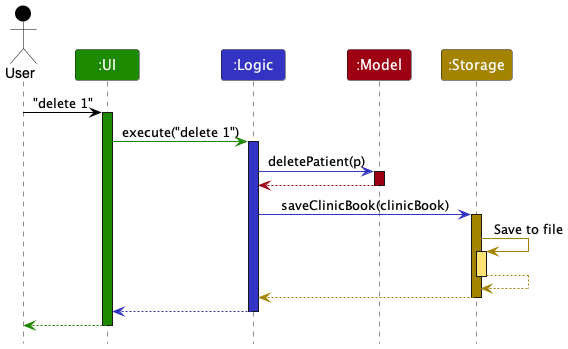
Above: docs/images/ArchitectureSequenceDiagram.png in pangyyen/tp (PlantUML), before the change. The source it was exported from:
```plantuml
@startuml
!include style.puml
skinparam ArrowFontStyle plain

Actor User as user USER_COLOR
Participant ":UI" as ui UI_COLOR
Participant ":Logic" as logic LOGIC_COLOR
Participant ":Model" as model MODEL_COLOR
Participant ":Storage" as storage STORAGE_COLOR

user -[USER_COLOR]> ui : "delete 1"
activate ui UI_COLOR

ui -[UI_COLOR]> logic : execute("delete 1")
activate logic LOGIC_COLOR

logic -[LOGIC_COLOR]> model : deletePatient(p)
activate model MODEL_COLOR

model -[MODEL_COLOR]-> logic
deactivate model

logic -[LOGIC_COLOR]> storage : saveClinicBook(clinicBook)
activate storage STORAGE_COLOR

storage -[STORAGE_COLOR]> storage : Save to file
activate storage STORAGE_COLOR_T1
storage --[STORAGE_COLOR]> storage
deactivate storage

storage --[STORAGE_COLOR]> logic
deactivate storage

logic --[LOGIC_COLOR]> ui
deactivate logic

ui--[UI_COLOR]> user
deactivate ui
@enduml
```
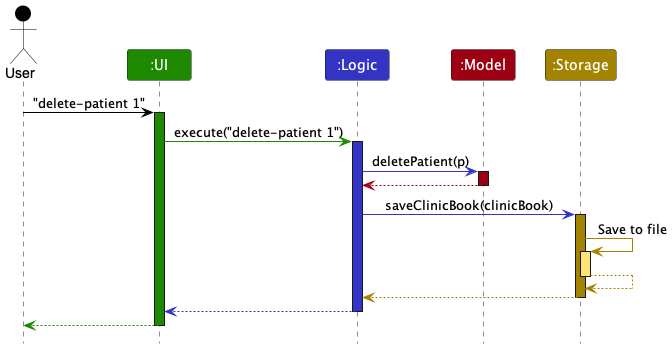
After the commit.

Change to the diagram source:
```diff
@@ -8,10 +8,10 @@
 Participant ":Model" as model MODEL_COLOR
 Participant ":Storage" as storage STORAGE_COLOR
 
-user -[USER_COLOR]> ui : "delete 1"
+user -[USER_COLOR]> ui : "delete-patient 1"
 activate ui UI_COLOR
 
-ui -[UI_COLOR]> logic : execute("delete 1")
+ui -[UI_COLOR]> logic : execute("delete-patient 1")
 activate logic LOGIC_COLOR
 
 logic -[LOGIC_COLOR]> model : deletePatient(p)
```
